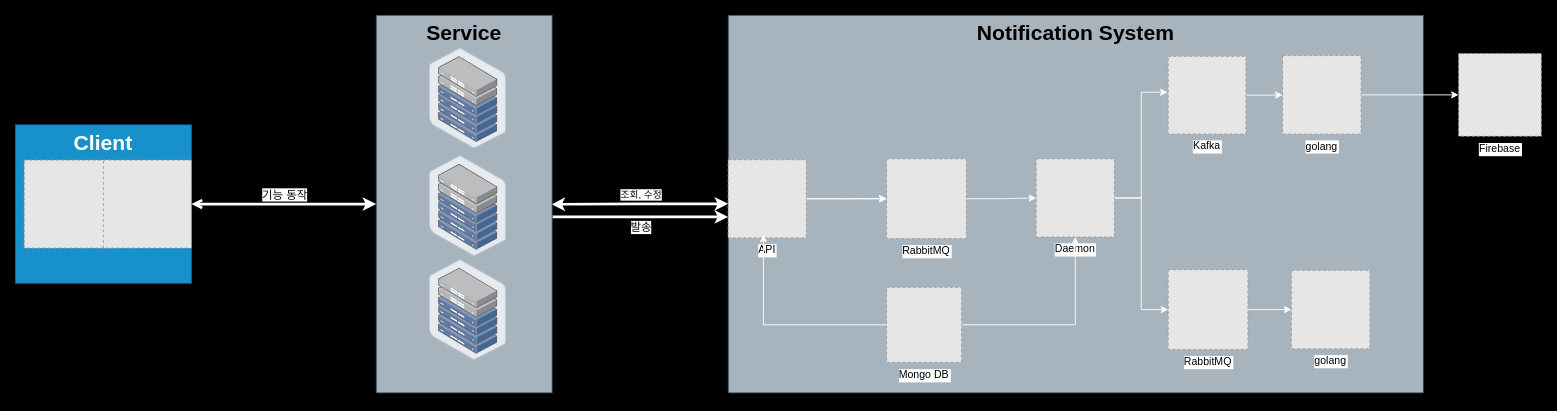
TreeStone94/drawio keeps this draw.io diagram as page "Page-1" (1 of 2) of architecture/notification.drawio. Above is the earlier version. Source tidied: cells renumbered, new cells numbered last; positions are measured from the earlier drawing's top-left corner, leaving out a move shared by most shapes. Both pictures are drawn from the tidied source at 88%, with x=0, y=0 at pixel (15, 15). Pictures stored in the file or linked from it are replaced by grey dashed boxes.
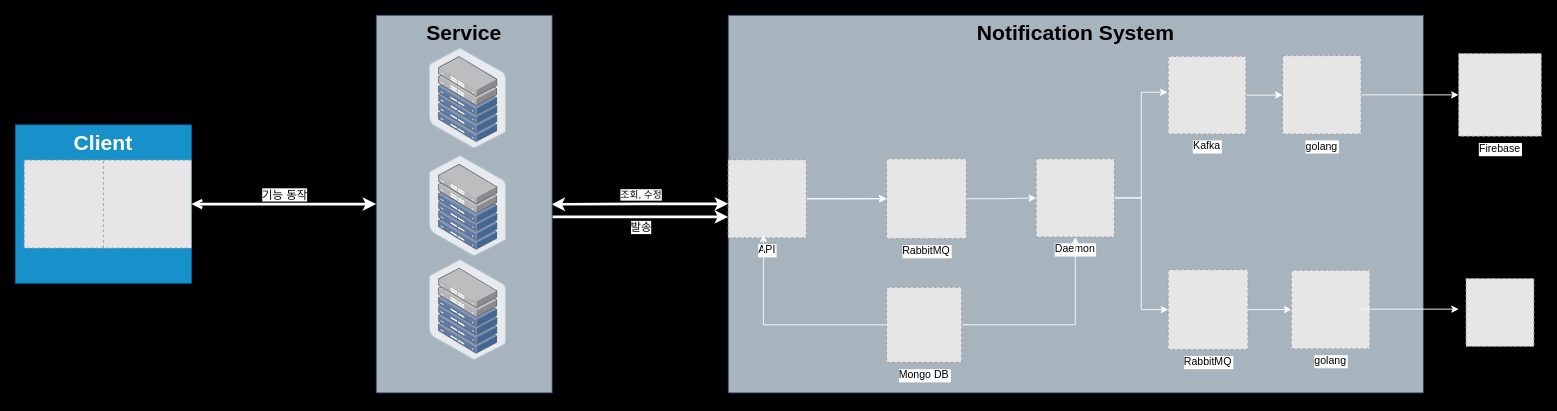
Above is the later version.

Unchanged cells that the change refers to:
```xml
<mxCell id="11" value="https://blog.kakaocdn.net/dn/cBkKPC/btsGML2Pf9y/DmDvQns1Tja5TuEcNVext1/img.png" style="group;" parent="1" vertex="1">
  <mxGeometry x="810" y="-0.2" width="790" height="429.2" as="geometry" />
</mxCell>
```

What changed in the source:
```diff
@@
+    <mxCell id="37" style="edgeStyle=orthogonalEdgeStyle;rounded=0;orthogonalLoop=1;jettySize=auto;html=1;exitX=1;exitY=0.5;exitDx=0;exitDy=0;fontColor=#FFFFFF;strokeColor=#FFFFFF;" parent="11" edge="1">
+      <mxGeometry relative="1" as="geometry">
+        <mxPoint x="719.2" y="334" as="sourcePoint" />
+        <mxPoint x="830.2" y="334" as="targetPoint" />
+      </mxGeometry>
+    </mxCell>
@@
+    <mxCell id="38" style="fillColor=#E6E6E6;strokeColor=#999999;dashed=1;verticalLabelPosition=bottom;labelBackgroundColor=default;verticalAlign=top;" parent="1" vertex="1">
+      <mxGeometry x="1648.4" y="299" width="77.2" height="77.2" as="geometry" />
+    </mxCell>
```
